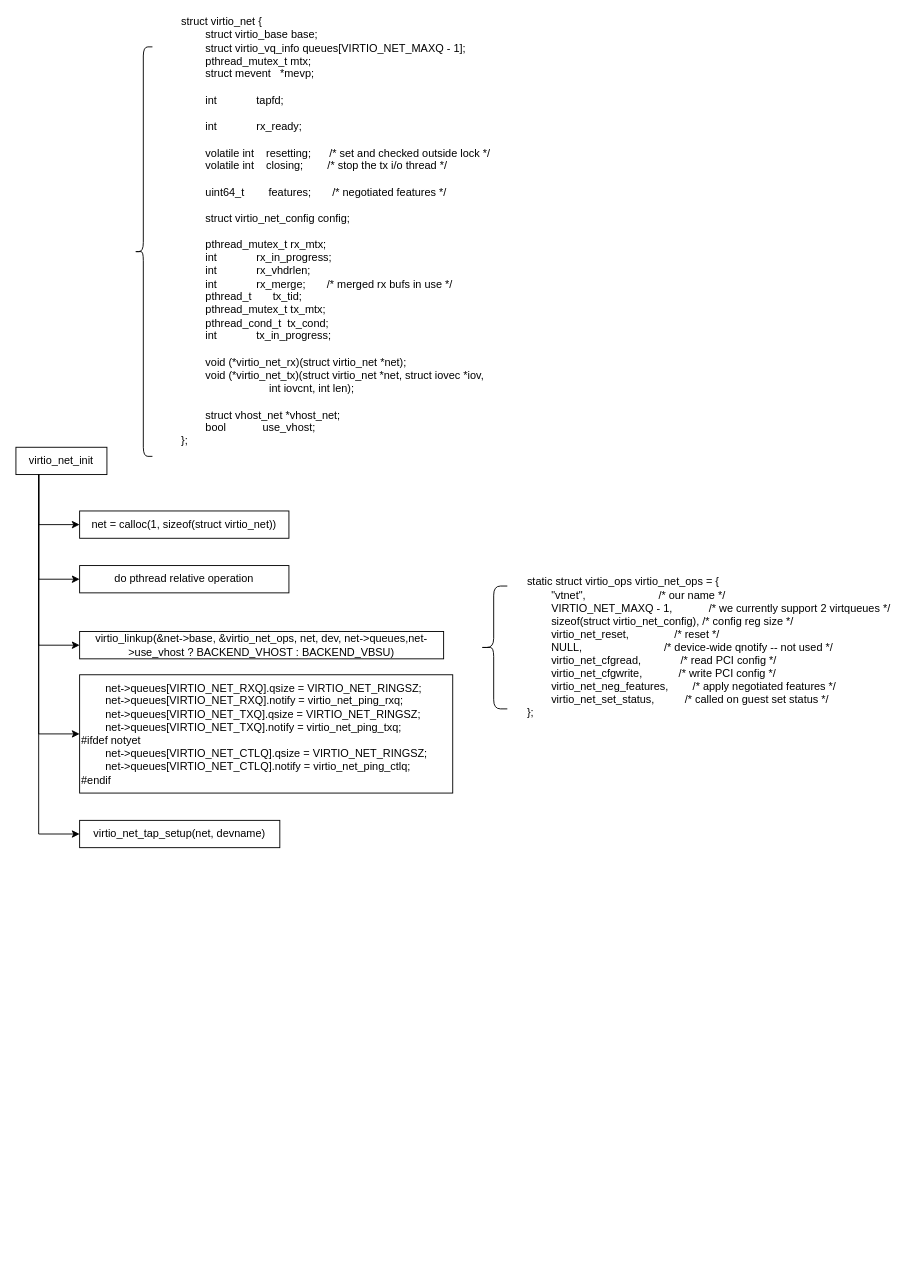
JannaiWu/Drawio keeps this draw.io diagram as virtio_net_backend.drawio. Above is the earlier version. Source tidied: cells renumbered, new cells numbered last; positions are measured from the earlier drawing's top-left corner, leaving out a move shared by most shapes. Both pictures are drawn from the tidied source at 91%, with x=0, y=0 at pixel (15, 19).
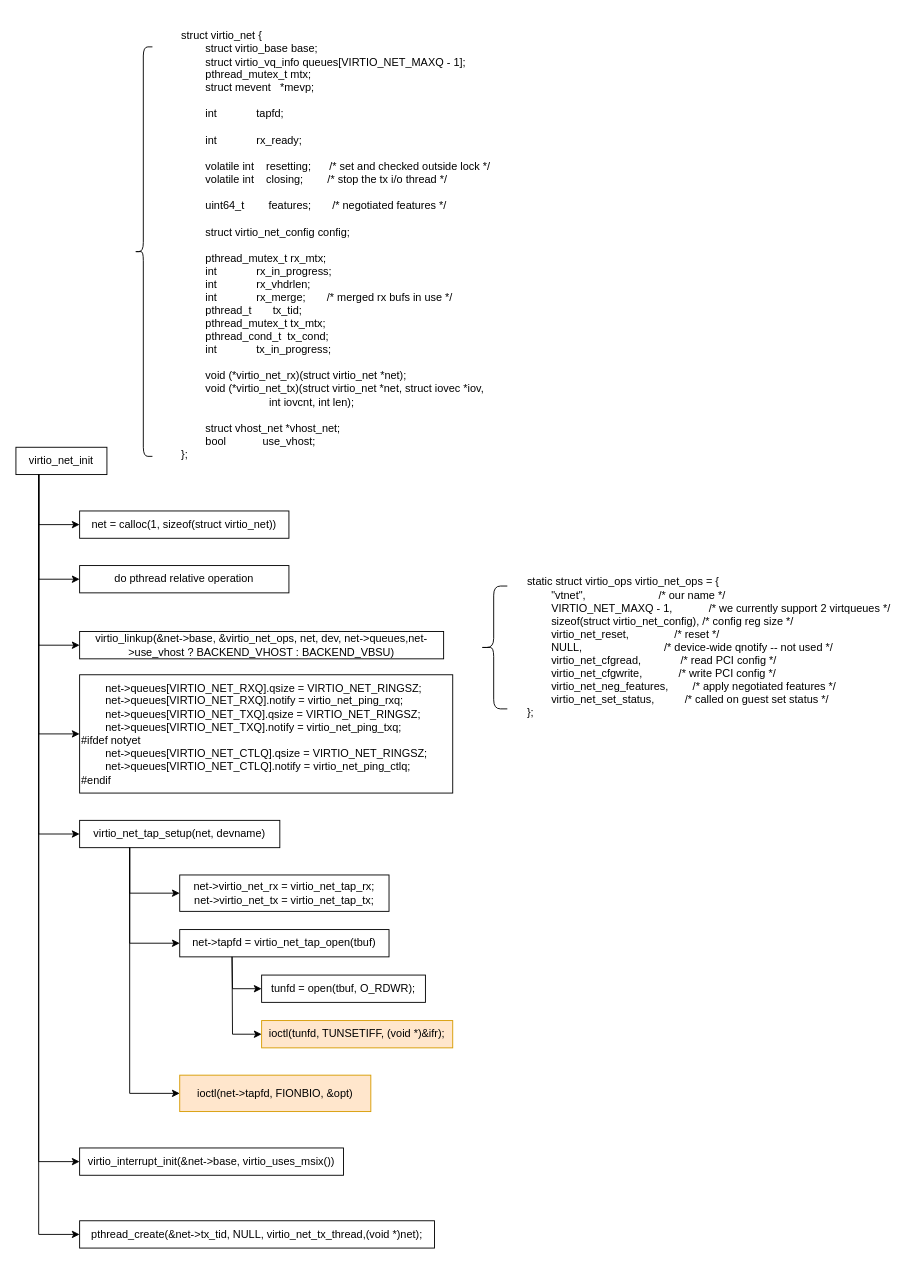
The same page after the edit.

The change refers to these unchanged cells:
```xml
<mxCell id="2" value="virtio_net_init" style="rounded=0;whiteSpace=wrap;html=1;" parent="1" vertex="1">
  <mxGeometry y="470" width="100" height="30" as="geometry" />
</mxCell>
<mxCell id="15" value="virtio_net_tap_setup(net, devname)" style="whiteSpace=wrap;html=1;" parent="1" vertex="1">
  <mxGeometry x="70" y="880" width="220" height="30" as="geometry" />
</mxCell>
```

What changed in the source:
```diff
@@
     <mxCell id="7" value="&lt;div&gt;struct virtio_net {&lt;/div&gt;&lt;div&gt;&amp;nbsp; &amp;nbsp; &amp;nbsp; &amp;nbsp; struct virtio_base base;&lt;/div&gt;&lt;div&gt;&amp;nbsp; &amp;nbsp; &amp;nbsp; &amp;nbsp; struct virtio_vq_info queues[VIRTIO_NET_MAXQ - 1];&lt;/div&gt;&lt;div&gt;&amp;nbsp; &amp;nbsp; &amp;nbsp; &amp;nbsp; pthread_mutex_t mtx;&lt;/div&gt;&lt;div&gt;&amp;nbsp; &amp;nbsp; &amp;nbsp; &amp;nbsp; struct mevent&amp;nbsp; &amp;nbsp;*mevp;&lt;/div&gt;&lt;div&gt;&lt;br&gt;&lt;/div&gt;&lt;div&gt;&amp;nbsp; &amp;nbsp; &amp;nbsp; &amp;nbsp; int&amp;nbsp; &amp;nbsp; &amp;nbsp; &amp;nbsp; &amp;nbsp; &amp;nbsp; &amp;nbsp;tapfd;&lt;/div&gt;&lt;div&gt;&lt;br&gt;&lt;/div&gt;&lt;div&gt;&amp;nbsp; &amp;nbsp; &amp;nbsp; &amp;nbsp; int&amp;nbsp; &amp;nbsp; &amp;nbsp; &amp;nbsp; &amp;nbsp; &amp;nbsp; &amp;nbsp;rx_ready;&lt;/div&gt;&lt;div&gt;&lt;br&gt;&lt;/div&gt;&lt;div&gt;&amp;nbsp; &amp;nbsp; &amp;nbsp; &amp;nbsp; volatile int&amp;nbsp; &amp;nbsp; resetting;&amp;nbsp; &amp;nbsp; &amp;nbsp; /* set and checked outside lock */&lt;/div&gt;&lt;div&gt;&amp;nbsp; &amp;nbsp; &amp;nbsp; &amp;nbsp; volatile int&amp;nbsp; &amp;nbsp; closing;&amp;nbsp; &amp;nbsp; &amp;nbsp; &amp;nbsp; /* stop the tx i/o thread */&lt;/div&gt;&lt;div&gt;&lt;br&gt;&lt;/div&gt;&lt;div&gt;&amp;nbsp; &amp;nbsp; &amp;nbsp; &amp;nbsp; uint64_t&amp;nbsp; &amp;nbsp; &amp;nbsp; &amp;nbsp; features;&amp;nbsp; &amp;nbsp; &amp;nbsp; &amp;nbsp;/* negotiated features */&lt;/div&gt;&lt;div&gt;&lt;br&gt;&lt;/div&gt;&lt;div&gt;&amp;nbsp; &amp;nbsp; &amp;nbsp; &amp;nbsp; struct virtio_net_config config;&lt;/div&gt;&lt;div&gt;&lt;br&gt;&lt;/div&gt;&lt;div&gt;&amp;nbsp; &amp;nbsp; &amp;nbsp; &amp;nbsp; pthread_mutex_t rx_mtx;&lt;/div&gt;&lt;div&gt;&amp;nbsp; &amp;nbsp; &amp;nbsp; &amp;nbsp; int&amp;nbsp; &amp;nbsp; &amp;nbsp; &amp;nbsp; &amp;nbsp; &amp;nbsp; &amp;nbsp;rx_in_progress;&lt;/div&gt;&lt;div&gt;&amp;nbsp; &amp;nbsp; &amp;nbsp; &amp;nbsp; int&amp;nbsp; &amp;nbsp; &amp;nbsp; &amp;nbsp; &amp;nbsp; &amp;nbsp; &amp;nbsp;rx_vhdrlen;&lt;/div&gt;&lt;div&gt;&amp;nbsp; &amp;nbsp; &amp;nbsp; &amp;nbsp; int&amp;nbsp; &amp;nbsp; &amp;nbsp; &amp;nbsp; &amp;nbsp; &amp;nbsp; &amp;nbsp;rx_merge;&amp;nbsp; &amp;nbsp; &amp;nbsp; &amp;nbsp;/* merged rx bufs in use */&lt;/div&gt;&lt;div&gt;&amp;nbsp; &amp;nbsp; &amp;nbsp; &amp;nbsp; pthread_t&amp;nbsp; &amp;nbsp; &amp;nbsp; &amp;nbsp;tx_tid;&lt;/div&gt;&lt;div&gt;&amp;nbsp; &amp;nbsp; &amp;nbsp; &amp;nbsp; pthread_mutex_t tx_mtx;&lt;/div&gt;&lt;div&gt;&amp;nbsp; &amp;nbsp; &amp;nbsp; &amp;nbsp; pthread_cond_t&amp;nbsp; tx_cond;&lt;/div&gt;&lt;div&gt;&amp;nbsp; &amp;nbsp; &amp;nbsp; &amp;nbsp; int&amp;nbsp; &amp;nbsp; &amp;nbsp; &amp;nbsp; &amp;nbsp; &amp;nbsp; &amp;nbsp;tx_in_progress;&lt;/div&gt;&lt;div&gt;&lt;br&gt;&lt;/div&gt;&lt;div&gt;&amp;nbsp; &amp;nbsp; &amp;nbsp; &amp;nbsp; void (*virtio_net_rx)(struct virtio_net *net);&lt;/div&gt;&lt;div&gt;&amp;nbsp; &amp;nbsp; &amp;nbsp; &amp;nbsp; void (*virtio_net_tx)(struct virtio_net *net, struct iovec *iov,&lt;/div&gt;&lt;div&gt;&amp;nbsp; &amp;nbsp; &amp;nbsp; &amp;nbsp; &amp;nbsp; &amp;nbsp; &amp;nbsp; &amp;nbsp; &amp;nbsp; &amp;nbsp; &amp;nbsp; &amp;nbsp; &amp;nbsp; &amp;nbsp; &amp;nbsp;int iovcnt, int len);&lt;/div&gt;&lt;div&gt;&lt;br&gt;&lt;/div&gt;&lt;div&gt;&amp;nbsp; &amp;nbsp; &amp;nbsp; &amp;nbsp; struct vhost_net *vhost_net;&lt;/div&gt;&lt;div&gt;&amp;nbsp; &amp;nbsp; &amp;nbsp; &amp;nbsp; bool&amp;nbsp; &amp;nbsp; &amp;nbsp; &amp;nbsp; &amp;nbsp; &amp;nbsp; use_vhost;&lt;/div&gt;&lt;div&gt;};&lt;/div&gt;&lt;div&gt;&lt;br&gt;&lt;/div&gt;" style="text;html=1;align=left;verticalAlign=middle;strokeColor=none;fillColor=none;" parent="1" vertex="1">
-      <mxGeometry x="180" width="350" height="480" as="geometry" />
+      <mxGeometry x="180" y="15" width="350" height="480" as="geometry" />
     </mxCell>
@@
+    <mxCell id="17" value="net-&amp;gt;virtio_net_rx = virtio_net_tap_rx;&lt;br&gt;net-&amp;gt;virtio_net_tx = virtio_net_tap_tx;" style="whiteSpace=wrap;html=1;" parent="1" vertex="1">
+      <mxGeometry x="180" y="940" width="230" height="40" as="geometry" />
+    </mxCell>
+    <mxCell id="18" style="endArrow=classic;html=1;rounded=0;entryX=0;entryY=0.5;entryDx=0;entryDy=0;exitX=0.25;exitY=1;exitDx=0;exitDy=0;" parent="1" edge="1" source="15" target="17">
+      <mxGeometry relative="1" as="geometry">
+        <Array as="points">
+          <mxPoint x="125" y="960" />
+        </Array>
+      </mxGeometry>
+    </mxCell>
+    <mxCell id="19" value="net-&amp;gt;tapfd = virtio_net_tap_open(tbuf)" style="whiteSpace=wrap;html=1;" parent="1" vertex="1">
+      <mxGeometry x="180" y="1000" width="230" height="30" as="geometry" />
+    </mxCell>
+    <mxCell id="20" style="endArrow=classic;html=1;rounded=0;entryX=0;entryY=0.5;entryDx=0;entryDy=0;exitX=0.25;exitY=1;exitDx=0;exitDy=0;" parent="1" edge="1" source="15" target="19">
+      <mxGeometry relative="1" as="geometry">
+        <Array as="points">
+          <mxPoint x="125" y="1015" />
+        </Array>
+      </mxGeometry>
+    </mxCell>
+    <mxCell id="21" value="tunfd = open(tbuf, O_RDWR);" style="whiteSpace=wrap;html=1;" parent="1" vertex="1">
+      <mxGeometry x="270" y="1050" width="180" height="30" as="geometry" />
+    </mxCell>
+    <mxCell id="22" value="ioctl(tunfd, TUNSETIFF, (void *)&amp;amp;ifr);" style="whiteSpace=wrap;html=1;fillColor=#ffe6cc;strokeColor=#d79b00;" parent="1" vertex="1">
+      <mxGeometry x="270" y="1100" width="210" height="30" as="geometry" />
+    </mxCell>
+    <mxCell id="23" style="endArrow=classic;html=1;rounded=0;entryX=0;entryY=0.5;entryDx=0;entryDy=0;exitX=0.25;exitY=1;exitDx=0;exitDy=0;" parent="1" edge="1" source="19" target="21">
+      <mxGeometry relative="1" as="geometry">
+        <Array as="points">
+          <mxPoint x="238" y="1065" />
+        </Array>
+      </mxGeometry>
+    </mxCell>
+    <mxCell id="24" style="endArrow=classic;html=1;rounded=0;entryX=0;entryY=0.5;entryDx=0;entryDy=0;exitX=0.25;exitY=1;exitDx=0;exitDy=0;" parent="1" edge="1" source="19" target="22">
+      <mxGeometry relative="1" as="geometry">
+        <Array as="points">
+          <mxPoint x="238" y="1115" />
+        </Array>
+      </mxGeometry>
+    </mxCell>
+    <mxCell id="25" value="ioctl(net-&amp;gt;tapfd, FIONBIO, &amp;amp;opt)" style="whiteSpace=wrap;html=1;fillColor=#ffe6cc;strokeColor=#d79b00;" parent="1" vertex="1">
+      <mxGeometry x="180" y="1160" width="210" height="40" as="geometry" />
+    </mxCell>
+    <mxCell id="26" style="endArrow=classic;html=1;rounded=0;entryX=0;entryY=0.5;entryDx=0;entryDy=0;exitX=0.25;exitY=1;exitDx=0;exitDy=0;" parent="1" edge="1" source="15" target="25">
+      <mxGeometry relative="1" as="geometry">
+        <Array as="points">
+          <mxPoint x="125" y="1180" />
+        </Array>
+      </mxGeometry>
+    </mxCell>
+    <mxCell id="27" value="virtio_interrupt_init(&amp;amp;net-&amp;gt;base, virtio_uses_msix())" style="whiteSpace=wrap;html=1;" parent="1" vertex="1">
+      <mxGeometry x="70" y="1240" width="290" height="30" as="geometry" />
+    </mxCell>
+    <mxCell id="28" style="endArrow=classic;html=1;rounded=0;entryX=0;entryY=0.5;entryDx=0;entryDy=0;exitX=0.25;exitY=1;exitDx=0;exitDy=0;" parent="1" edge="1" source="2" target="27">
+      <mxGeometry relative="1" as="geometry">
+        <Array as="points">
+          <mxPoint x="25" y="1255" />
+        </Array>
+      </mxGeometry>
+    </mxCell>
+    <mxCell id="29" value="pthread_create(&amp;amp;net-&amp;gt;tx_tid, NULL, virtio_net_tx_thread,(void *)net);" style="whiteSpace=wrap;html=1;" parent="1" vertex="1">
+      <mxGeometry x="70" y="1320" width="390" height="30" as="geometry" />
+    </mxCell>
+    <mxCell id="30" style="endArrow=classic;html=1;rounded=0;entryX=0;entryY=0.5;entryDx=0;entryDy=0;exitX=0.25;exitY=1;exitDx=0;exitDy=0;" parent="1" edge="1" source="2" target="29">
+      <mxGeometry relative="1" as="geometry">
+        <Array as="points">
+          <mxPoint x="25" y="1335" />
+        </Array>
+      </mxGeometry>
+    </mxCell>
```
